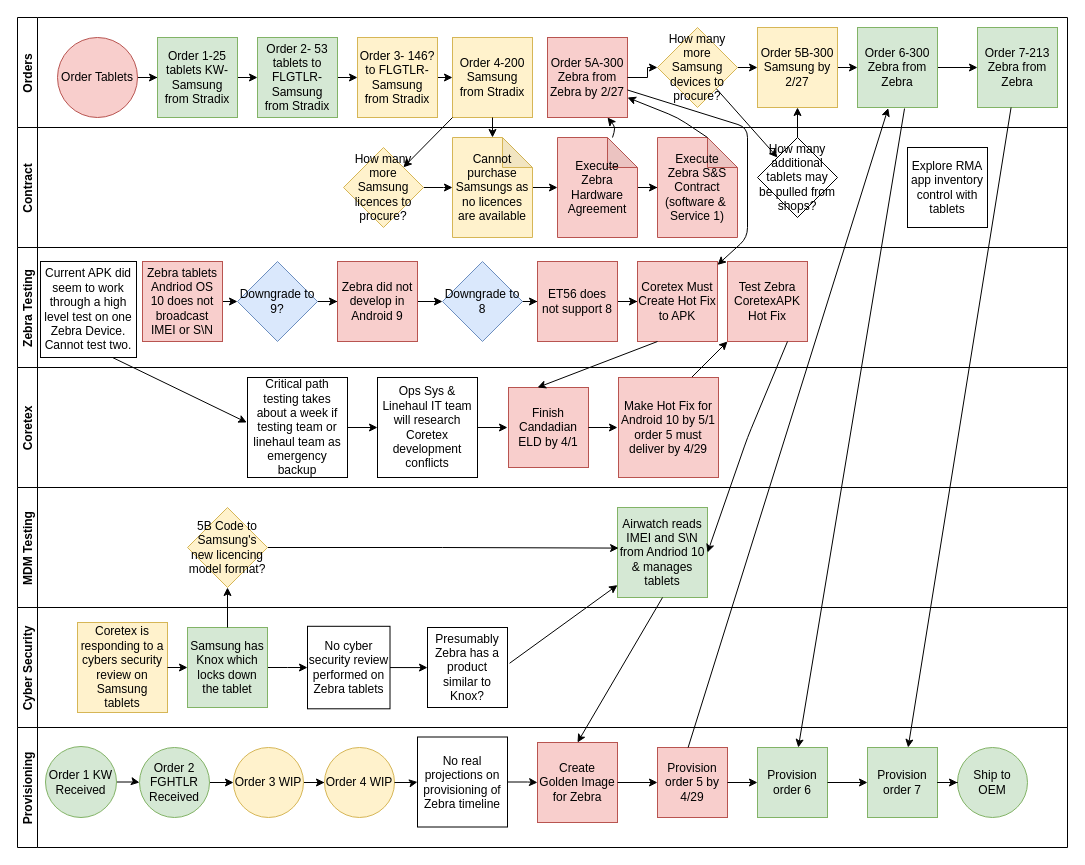
Earlier version of the draw.io diagram Tablet Orders.drawio (RustyTruck/plc4trucksduck). Source tidied: cells renumbered, new cells numbered last; positions are measured from the earlier drawing's top-left corner, leaving out a move shared by most shapes. Both pictures are drawn from the tidied source at 100%, with x=0, y=0 at pixel (17, 17).
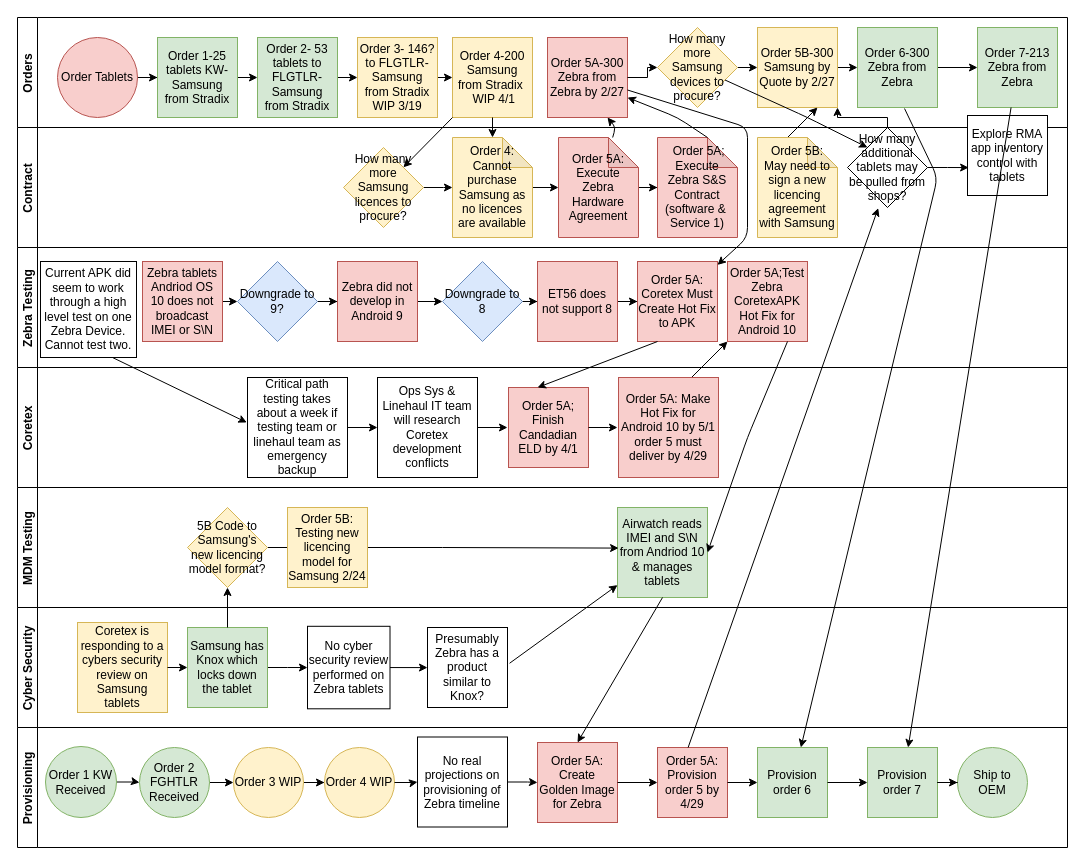
The same page after the edit.

Unchanged cells that the change refers to:
```xml
<mxCell id="2" value="Orders" style="swimlane;startSize=20;horizontal=0;" parent="1" vertex="1">
  <mxGeometry width="1050" height="110" as="geometry" />
</mxCell>
<mxCell id="14" value="Order 6-300 Zebra from Zebra" style="whiteSpace=wrap;html=1;fillColor=#d5e8d4;strokeColor=#82b366;" parent="2" vertex="1">
  <mxGeometry x="840" y="10" width="80" height="80" as="geometry" />
</mxCell>
<mxCell id="19" value="&lt;span&gt;How many more Samsung devices to procure?&lt;/span&gt;" style="rhombus;whiteSpace=wrap;html=1;fillColor=#fff2cc;strokeColor=#d6b656;" parent="2" vertex="1">
  <mxGeometry x="640" y="10" width="80" height="80" as="geometry" />
</mxCell>
<mxCell id="21" value="Zebra Testing" style="swimlane;startSize=20;horizontal=0;" parent="1" vertex="1">
  <mxGeometry y="230" width="1050" height="120" as="geometry" />
</mxCell>
<mxCell id="36" value="Contract" style="swimlane;startSize=20;horizontal=0;rounded=0;" parent="1" vertex="1">
  <mxGeometry y="110" width="1050" height="120" as="geometry" />
</mxCell>
<mxCell id="47" value="Coretex" style="swimlane;startSize=20;horizontal=0;rounded=0;swimlaneLine=1;" parent="1" vertex="1">
  <mxGeometry y="350" width="1050" height="120" as="geometry" />
</mxCell>
<mxCell id="61" value="MDM Testing" style="swimlane;startSize=20;horizontal=0;" parent="1" vertex="1">
  <mxGeometry y="470" width="1050" height="120" as="geometry" />
</mxCell>
<mxCell id="72" value="Provisioning" style="swimlane;startSize=20;horizontal=0;" parent="1" vertex="1">
  <mxGeometry y="710" width="1050" height="120" as="geometry" />
</mxCell>
<mxCell id="76" value="Provision order 6" style="whiteSpace=wrap;html=1;rounded=0;fillColor=#d5e8d4;strokeColor=#82b366;" parent="72" vertex="1">
  <mxGeometry x="740" y="20" width="70" height="70" as="geometry" />
</mxCell>
```

The edit, as a diff of the source:
```diff
@@
-    <mxCell id="10" value="Order 3- 146? to FLGTLR-Samsung from Stradix" style="whiteSpace=wrap;html=1;fillColor=#fff2cc;strokeColor=#d6b656;" parent="2" vertex="1">
+    <mxCell id="10" value="Order 3- 146? to FLGTLR-Samsung from Stradix WIP 3/19" style="whiteSpace=wrap;html=1;fillColor=#fff2cc;strokeColor=#d6b656;" parent="2" vertex="1">
       <mxGeometry x="340" y="20" width="80" height="80" as="geometry" />
     </mxCell>
-    <mxCell id="11" value="Order 4-200 Samsung from Stradix" style="whiteSpace=wrap;html=1;fillColor=#fff2cc;strokeColor=#d6b656;" parent="2" vertex="1">
+    <mxCell id="11" value="Order 4-200 Samsung from Stradix&amp;nbsp;&lt;br&gt;&amp;nbsp;WIP 4/1" style="whiteSpace=wrap;html=1;fillColor=#fff2cc;strokeColor=#d6b656;" parent="2" vertex="1">
       <mxGeometry x="435" y="20" width="80" height="80" as="geometry" />
     </mxCell>
@@
-    <mxCell id="17" value="Order 5B-300 Samsung by 2/27" style="whiteSpace=wrap;html=1;fillColor=#fff2cc;strokeColor=#d6b656;" parent="2" vertex="1">
+    <mxCell id="17" value="Order 5B-300 Samsung by Quote by 2/27" style="whiteSpace=wrap;html=1;fillColor=#fff2cc;strokeColor=#d6b656;" parent="2" vertex="1">
       <mxGeometry x="740" y="10" width="80" height="80" as="geometry" />
     </mxCell>
@@
+    <mxCell id="102" style="endArrow=classic;html=1;" parent="2" edge="1">
+      <mxGeometry relative="1" as="geometry">
+        <mxPoint x="770" y="120" as="sourcePoint" />
+        <mxPoint x="800" y="90" as="targetPoint" />
+      </mxGeometry>
+    </mxCell>
@@
-    <mxCell id="32" value="Coretex Must Create Hot Fix to APK" style="whiteSpace=wrap;html=1;rounded=0;fillColor=#f8cecc;strokeColor=#b85450;" parent="21" vertex="1">
+    <mxCell id="32" value="Order 5A: Coretex Must Create Hot Fix to APK" style="whiteSpace=wrap;html=1;rounded=0;fillColor=#f8cecc;strokeColor=#b85450;" parent="21" vertex="1">
       <mxGeometry x="620" y="14" width="80" height="80" as="geometry" />
     </mxCell>
-    <mxCell id="33" value="Test Zebra CoretexAPK Hot Fix" style="whiteSpace=wrap;html=1;rounded=0;fillColor=#f8cecc;strokeColor=#b85450;" parent="21" vertex="1">
+    <mxCell id="33" value="Order 5A;Test Zebra CoretexAPK Hot Fix for Android 10" style="whiteSpace=wrap;html=1;rounded=0;fillColor=#f8cecc;strokeColor=#b85450;" parent="21" vertex="1">
       <mxGeometry x="710" y="14" width="80" height="80" as="geometry" />
     </mxCell>
@@
-    <mxCell id="38" value="Execute Zebra Hardware Agreement" style="shape=note;whiteSpace=wrap;html=1;backgroundOutline=1;darkOpacity=0.05;rounded=0;fillColor=#f8cecc;strokeColor=#b85450;" parent="36" vertex="1">
-      <mxGeometry x="540" y="10" width="80" height="100" as="geometry" />
+    <mxCell id="38" value="Order 5A: Execute Zebra Hardware Agreement" style="shape=note;whiteSpace=wrap;html=1;backgroundOutline=1;darkOpacity=0.05;rounded=0;fillColor=#f8cecc;strokeColor=#b85450;" parent="36" vertex="1">
+      <mxGeometry x="541" y="10" width="80" height="100" as="geometry" />
     </mxCell>
@@
-    <mxCell id="40" value="Cannot purchase Samsungs as no licences are available" style="shape=note;whiteSpace=wrap;html=1;backgroundOutline=1;darkOpacity=0.05;rounded=0;fillColor=#fff2cc;strokeColor=#d6b656;" parent="36" vertex="1">
+    <mxCell id="40" value="Order 4: Cannot purchase Samsung as no licences are available" style="shape=note;whiteSpace=wrap;html=1;backgroundOutline=1;darkOpacity=0.05;rounded=0;fillColor=#fff2cc;strokeColor=#d6b656;" parent="36" vertex="1">
       <mxGeometry x="435" y="10" width="80" height="100" as="geometry" />
     </mxCell>
-    <mxCell id="41" value="Execute Zebra S&amp;amp;S Contract (software &amp;amp;&amp;nbsp; Service 1)" style="shape=note;whiteSpace=wrap;html=1;backgroundOutline=1;darkOpacity=0.05;rounded=0;fillColor=#f8cecc;strokeColor=#b85450;" parent="36" vertex="1">
+    <mxCell id="41" value="&amp;nbsp;Order 5A; Execute Zebra S&amp;amp;S Contract (software &amp;amp;&amp;nbsp; Service 1)" style="shape=note;whiteSpace=wrap;html=1;backgroundOutline=1;darkOpacity=0.05;rounded=0;fillColor=#f8cecc;strokeColor=#b85450;" parent="36" vertex="1">
       <mxGeometry x="640" y="10" width="80" height="100" as="geometry" />
     </mxCell>
@@
+    <mxCell id="103" style="edgeStyle=orthogonalEdgeStyle;rounded=0;jettySize=auto;html=1;exitX=1;exitY=0.5;exitDx=0;exitDy=0;entryX=0.014;entryY=0.651;entryDx=0;entryDy=0;entryPerimeter=0;" parent="36" edge="1" source="46" target="45">
+      <mxGeometry relative="1" as="geometry" />
+    </mxCell>
+    <mxCell id="46" value="How many additional tablets may be pulled from shops?" style="rhombus;whiteSpace=wrap;html=1;" parent="36" vertex="1">
+      <mxGeometry x="830" width="80" height="80" as="geometry" />
+    </mxCell>
+    <mxCell id="104" value="Order 5B: May need to sign a new licencing agreement with Samsung" style="shape=note;whiteSpace=wrap;html=1;backgroundOutline=1;darkOpacity=0.05;rounded=0;fillColor=#fff2cc;strokeColor=#d6b656;" parent="36" vertex="1">
+      <mxGeometry x="740" y="10" width="80" height="100" as="geometry" />
+    </mxCell>
     <mxCell id="45" value="Explore RMA app inventory control with tablets" style="whiteSpace=wrap;html=1;" parent="36" vertex="1">
-      <mxGeometry x="890" y="20" width="80" height="80" as="geometry" />
+      <mxGeometry x="950" y="-12" width="80" height="80" as="geometry" />
     </mxCell>
-    <mxCell id="46" value="How many additional tablets may be pulled from shops?" style="rhombus;whiteSpace=wrap;html=1;" parent="36" vertex="1">
-      <mxGeometry x="740" y="10" width="80" height="80" as="geometry" />
-    </mxCell>
@@
-    <mxCell id="48" value="Finish Candadian ELD by 4/1" style="whiteSpace=wrap;html=1;rounded=0;fillColor=#f8cecc;strokeColor=#b85450;" parent="47" vertex="1">
+    <mxCell id="48" value="Order 5A; Finish Candadian ELD by 4/1" style="whiteSpace=wrap;html=1;rounded=0;fillColor=#f8cecc;strokeColor=#b85450;" parent="47" vertex="1">
       <mxGeometry x="491" y="20" width="80" height="80" as="geometry" />
     </mxCell>
-    <mxCell id="49" value="Make Hot Fix for Android 10 by 5/1 order 5 must deliver by 4/29" style="whiteSpace=wrap;html=1;rounded=0;fillColor=#f8cecc;strokeColor=#b85450;" parent="47" vertex="1">
+    <mxCell id="49" value="Order 5A: Make Hot Fix for Android 10 by 5/1 order 5 must deliver by 4/29" style="whiteSpace=wrap;html=1;rounded=0;fillColor=#f8cecc;strokeColor=#b85450;" parent="47" vertex="1">
       <mxGeometry x="601" y="10" width="100" height="100" as="geometry" />
     </mxCell>
@@
+    <mxCell id="105" value="Order 5B: Testing new licencing model for Samsung 2/24" style="whiteSpace=wrap;html=1;fillColor=#fff2cc;strokeColor=#d6b656;" parent="61" vertex="1">
+      <mxGeometry x="270" y="20" width="80" height="80" as="geometry" />
+    </mxCell>
@@
     <mxCell id="71" style="endArrow=classic;html=1;exitX=0.588;exitY=1.013;exitDx=0;exitDy=0;exitPerimeter=0;" parent="1" edge="1" source="14" target="76">
-      <mxGeometry relative="1" as="geometry" />
+      <mxGeometry relative="1" as="geometry">
+        <Array as="points">
+          <mxPoint x="920" y="160" />
+        </Array>
+      </mxGeometry>
     </mxCell>
@@
-    <mxCell id="73" value="Create Golden Image for Zebra" style="whiteSpace=wrap;html=1;rounded=0;fillColor=#f8cecc;strokeColor=#b85450;" parent="72" vertex="1">
+    <mxCell id="73" value="Order 5A: Create Golden Image for Zebra" style="whiteSpace=wrap;html=1;rounded=0;fillColor=#f8cecc;strokeColor=#b85450;" parent="72" vertex="1">
       <mxGeometry x="520" y="15" width="80" height="80" as="geometry" />
     </mxCell>
-    <mxCell id="74" value="Provision order 5 by 4/29" style="whiteSpace=wrap;html=1;rounded=0;fillColor=#f8cecc;strokeColor=#b85450;" parent="72" vertex="1">
+    <mxCell id="74" value="Order 5A: Provision order 5 by 4/29" style="whiteSpace=wrap;html=1;rounded=0;fillColor=#f8cecc;strokeColor=#b85450;" parent="72" vertex="1">
       <mxGeometry x="640" y="20" width="70" height="70" as="geometry" />
     </mxCell>
@@
-    <mxCell id="94" style="endArrow=classic;html=1;exitX=0.437;exitY=0.002;exitDx=0;exitDy=0;exitPerimeter=0;entryX=0.384;entryY=1.007;entryDx=0;entryDy=0;entryPerimeter=0;" parent="1" edge="1" source="74" target="14">
-      <mxGeometry relative="1" as="geometry" />
-    </mxCell>
@@
     <mxCell id="96" style="endArrow=classic;html=1;entryX=0;entryY=0;entryDx=0;entryDy=0;" parent="1" edge="1" source="19" target="46">
-      <mxGeometry relative="1" as="geometry" />
+      <mxGeometry relative="1" as="geometry">
+        <Array as="points">
+          <mxPoint x="790" y="100" />
+        </Array>
+      </mxGeometry>
     </mxCell>
@@
-    <mxCell id="99" style="edgeStyle=orthogonalEdgeStyle;rounded=0;jettySize=auto;html=1;exitX=0.5;exitY=0;exitDx=0;exitDy=0;entryX=0.5;entryY=1;entryDx=0;entryDy=0;" parent="1" edge="1" source="46" target="17">
-      <mxGeometry relative="1" as="geometry" />
+    <mxCell id="99" style="edgeStyle=orthogonalEdgeStyle;rounded=0;jettySize=auto;html=1;exitX=0.5;exitY=0;exitDx=0;exitDy=0;entryX=1;entryY=1;entryDx=0;entryDy=0;" parent="1" edge="1" source="46" target="17">
+      <mxGeometry relative="1" as="geometry">
+        <Array as="points">
+          <mxPoint x="870" y="100" />
+          <mxPoint x="820" y="100" />
+        </Array>
+      </mxGeometry>
     </mxCell>
@@
+    <mxCell id="106" style="endArrow=classic;html=1;exitX=0.437;exitY=0.002;exitDx=0;exitDy=0;exitPerimeter=0;entryX=0.384;entryY=1.007;entryDx=0;entryDy=0;entryPerimeter=0;" parent="1" edge="1" source="74" target="46">
+      <mxGeometry relative="1" as="geometry" />
+    </mxCell>
```
